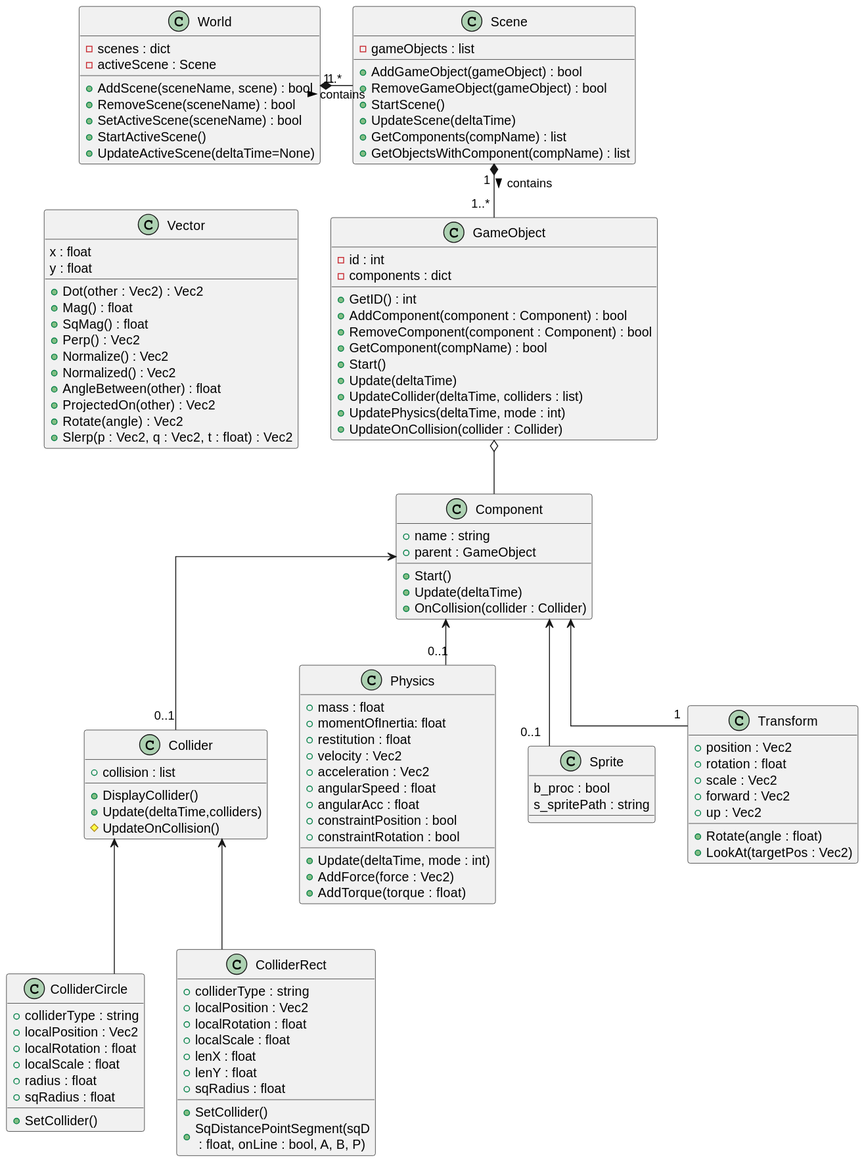
Above: README-Graphics/Bouncy-Balls/UML-Diagrams/UML-Diagrams.svg in DantezMine/Bouncy-Balls (PlantUML), before the change.
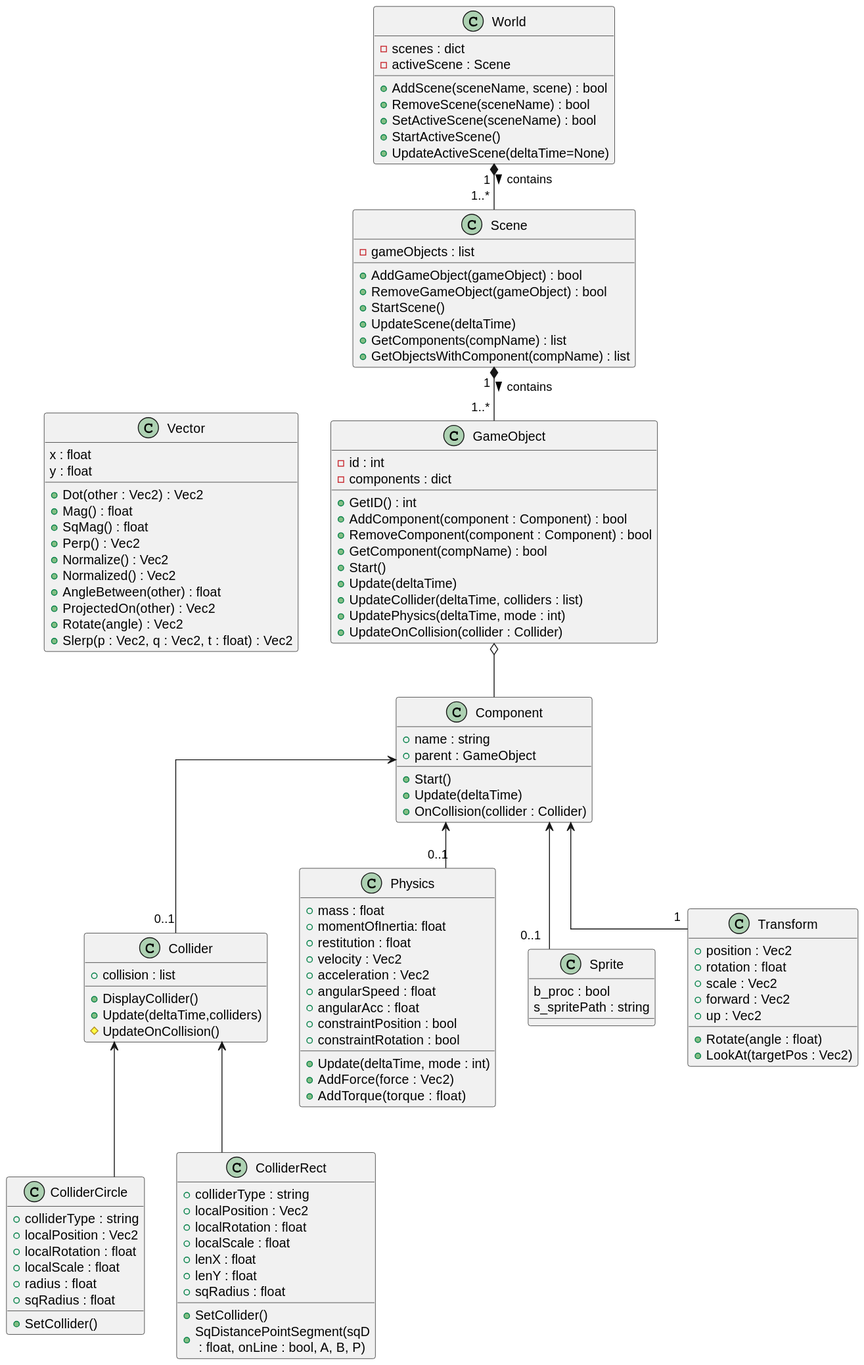
Above is the later version.

Commit message:
another one

The edit, as a diff of the source:
```diff
@@ -120,7 +120,7 @@
     }
 
 
-    World "1 " *--r "1..* " Scene : contains >
+    World "1 " *-- "1..* " Scene : contains >
     Scene "1 " *-- "1..* " GameObject : contains >
     GameObject o-- Component
     GameObject -l[hidden] Vector
```
